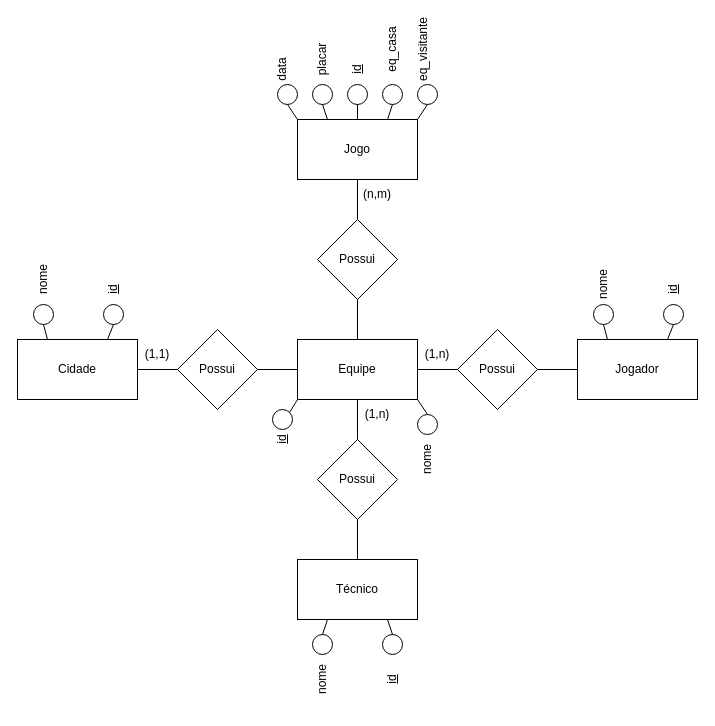
Above: Lista3_11-04/Ex3.drawio in andreeeeeeeee/Engenharia_Software (draw.io), before the change. Source tidied: cells renumbered, new cells numbered last; positions are measured from the earlier drawing's top-left corner, leaving out a move shared by most shapes. Both pictures are drawn from the tidied source at 100%, with x=0, y=0 at pixel (13, 34).
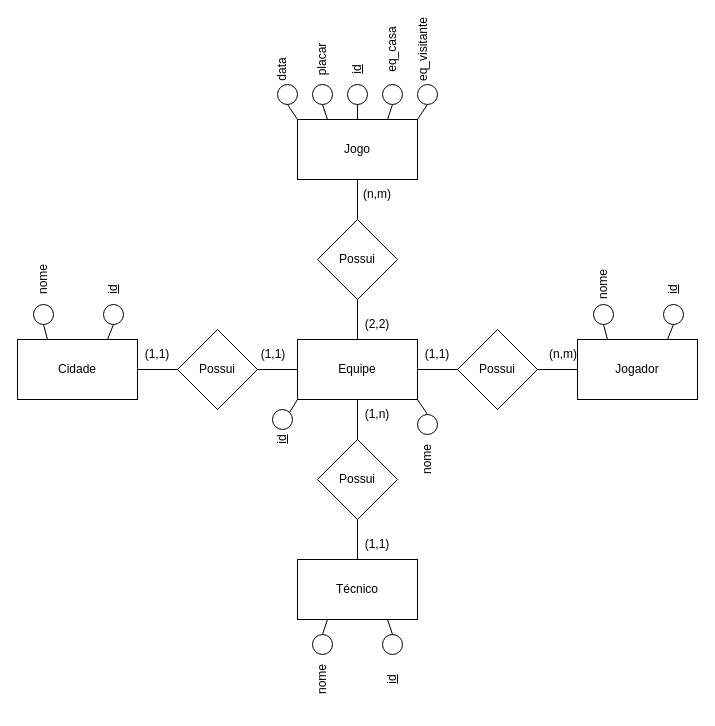
The same diagram, later.

Change to the diagram source:
```diff
@@
-    <mxCell id="12" value="(1,n)" style="text;html=1;strokeColor=none;fillColor=none;align=center;verticalAlign=middle;whiteSpace=wrap;rounded=0;" parent="1" vertex="1">
+    <mxCell id="12" value="(1,1)" style="text;html=1;strokeColor=none;fillColor=none;align=center;verticalAlign=middle;whiteSpace=wrap;rounded=0;" parent="1" vertex="1">
       <mxGeometry x="394" y="305" width="60" height="30" as="geometry" />
     </mxCell>
@@
+    <mxCell id="62" value="(1,1)" style="text;html=1;strokeColor=none;fillColor=none;align=center;verticalAlign=middle;whiteSpace=wrap;rounded=0;" parent="1" vertex="1">
+      <mxGeometry x="230" y="305" width="60" height="30" as="geometry" />
+    </mxCell>
+    <mxCell id="63" value="(1,1)" style="text;html=1;strokeColor=none;fillColor=none;align=center;verticalAlign=middle;whiteSpace=wrap;rounded=0;" parent="1" vertex="1">
+      <mxGeometry x="334" y="495" width="60" height="30" as="geometry" />
+    </mxCell>
+    <mxCell id="64" value="(n,m)" style="text;html=1;strokeColor=none;fillColor=none;align=center;verticalAlign=middle;whiteSpace=wrap;rounded=0;" parent="1" vertex="1">
+      <mxGeometry x="520" y="305" width="60" height="30" as="geometry" />
+    </mxCell>
+    <mxCell id="65" value="(2,2)" style="text;html=1;strokeColor=none;fillColor=none;align=center;verticalAlign=middle;whiteSpace=wrap;rounded=0;" parent="1" vertex="1">
+      <mxGeometry x="334" y="275" width="60" height="30" as="geometry" />
+    </mxCell>
```
